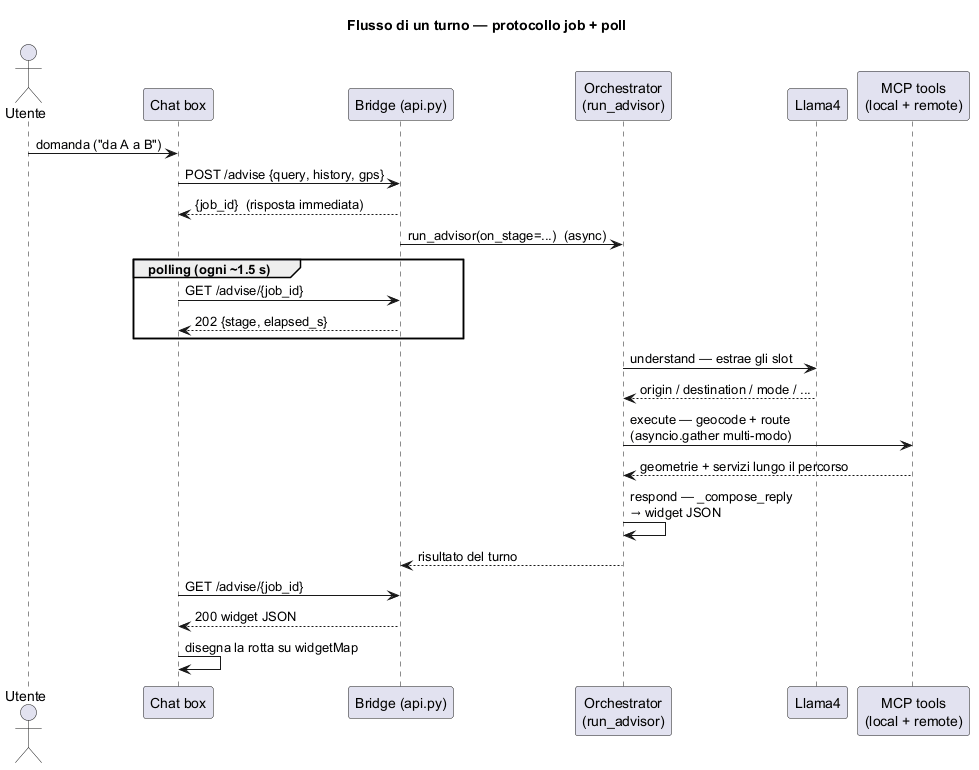
Earlier version of the PlantUML export docs/diagrams/sequence.png (Zhengjunliang/snap4city-mobility-mcp). Its diagram source:
```plantuml
@startuml sequence
title Flusso di un turno — protocollo job + poll

skinparam shadowing false
actor Utente
participant "Chat box" as FE
participant "Bridge (api.py)" as BR
participant "Orchestrator\n(run_advisor)" as OR
participant "Llama4" as LLM
participant "MCP tools\n(local + remote)" as MCP

Utente -> FE : domanda ("da A a B")
FE -> BR : POST /advise {query, history, gps}
BR --> FE : {job_id}  (risposta immediata)
BR -> OR : run_advisor(on_stage=...)  (async)

group polling (ogni ~1.5 s)
  FE -> BR : GET /advise/{job_id}
  BR --> FE : 202 {stage, elapsed_s}
end

OR -> LLM : understand — estrae gli slot
LLM --> OR : origin / destination / mode / ...
OR -> MCP : execute — geocode + route\n(asyncio.gather multi-modo)
MCP --> OR : geometrie + servizi lungo il percorso
OR -> OR : respond — _compose_reply\n→ widget JSON
OR --> BR : risultato del turno

FE -> BR : GET /advise/{job_id}
BR --> FE : 200 widget JSON
FE -> FE : disegna la rotta su widgetMap
@enduml
```
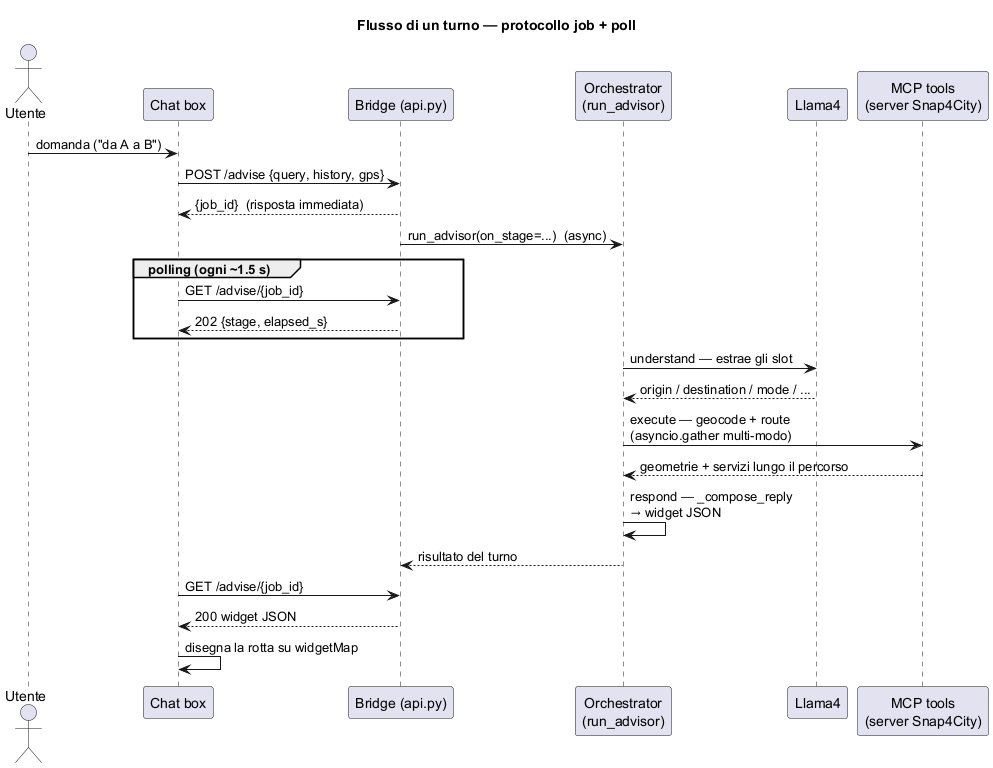
Later version of the same file.

The edit, as a diff of the source:
```diff
@@ -7,7 +7,7 @@
 participant "Bridge (api.py)" as BR
 participant "Orchestrator\n(run_advisor)" as OR
 participant "Llama4" as LLM
-participant "MCP tools\n(local + remote)" as MCP
+participant "MCP tools\n(server Snap4City)" as MCP
 
 Utente -> FE : domanda ("da A a B")
 FE -> BR : POST /advise {query, history, gps}
```
